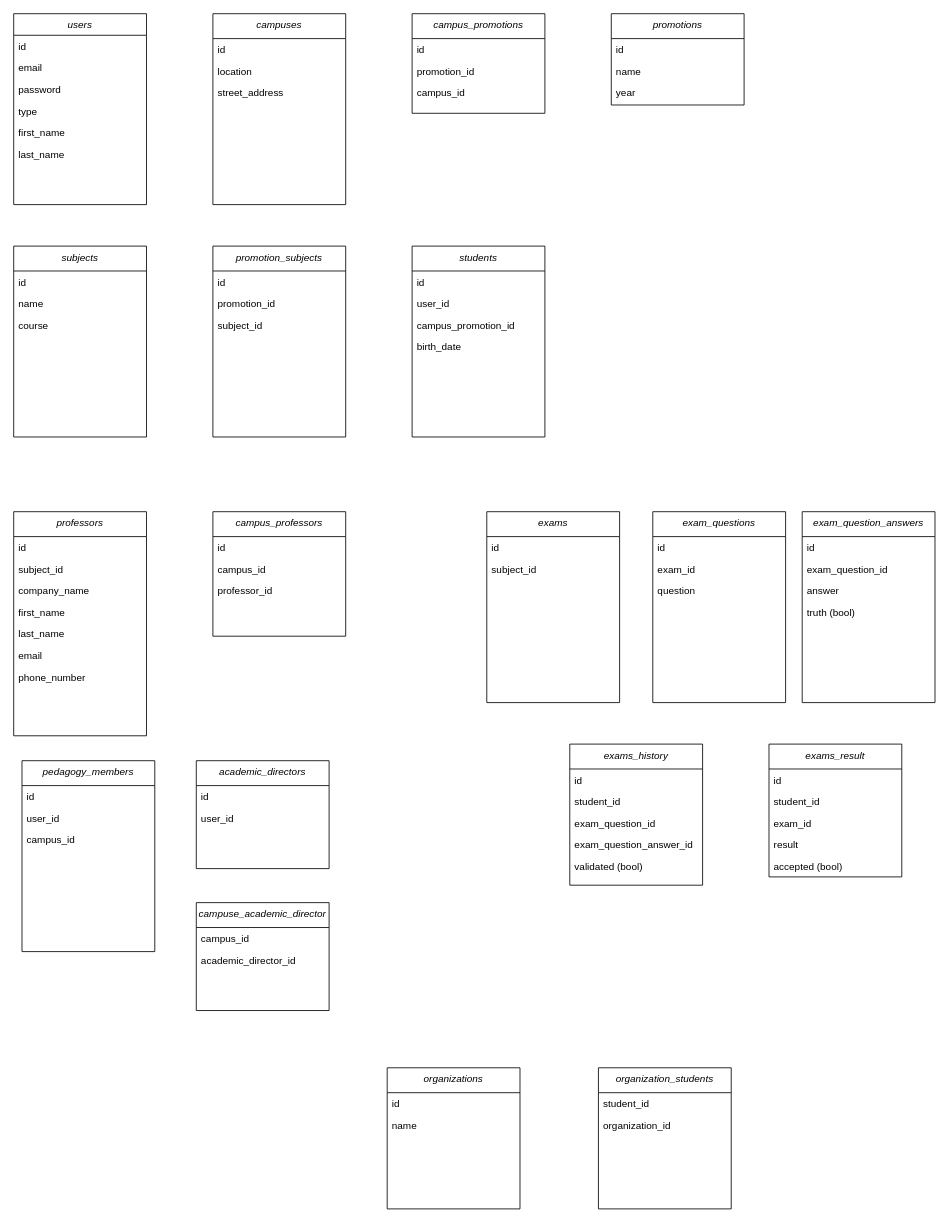
bnvd26/4PROJ keeps this draw.io diagram as page "Page-1" (1 of 2) of mcd.drawio. Above is the earlier version. Source tidied: cells renumbered, new cells numbered last; positions are measured from the earlier drawing's top-left corner, leaving out a move shared by most shapes. Both pictures are drawn from the tidied source at 83%, with x=0, y=0 at pixel (13, 13).
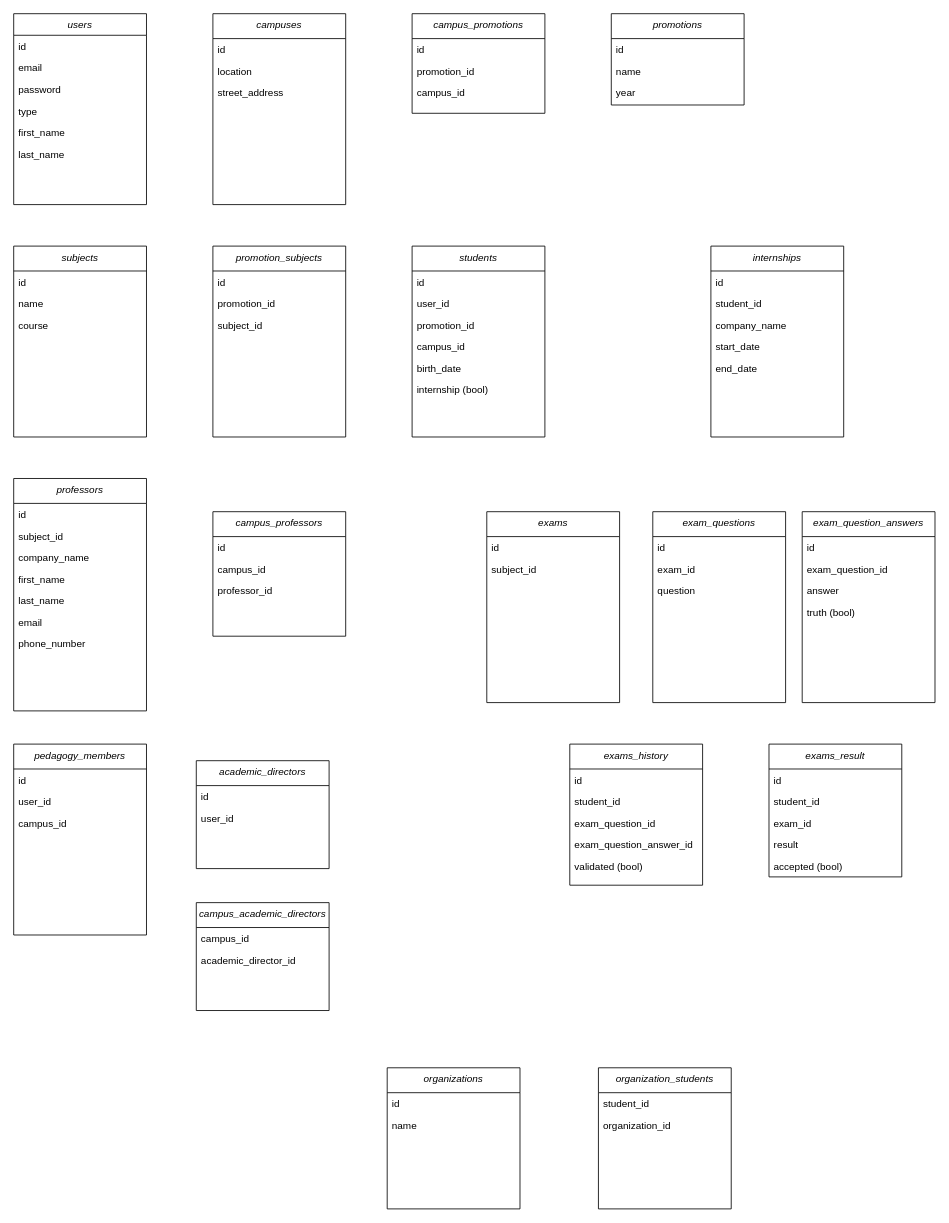
Above is the later version.

Unchanged cells that the change refers to:
```xml
<mxCell id="9" value="students" style="swimlane;fontStyle=2;align=center;verticalAlign=top;horizontal=1;startSize=30;rounded=0;shadow=0;strokeWidth=1;" parent="1" vertex="1">
  <mxGeometry x="480" y="280" width="160" height="230" as="geometry" />
</mxCell>
```

Change to the diagram source:
```diff
@@
-    <mxCell id="12" value="campus_promotion_id" style="text;align=left;verticalAlign=top;spacingLeft=4;spacingRight=4;overflow=hidden;rounded=0;shadow=0;html=0;" parent="9" vertex="1">
-      <mxGeometry y="82" width="160" height="26" as="geometry" />
-    </mxCell>
+    <mxCell id="86" value="promotion_id" style="text;align=left;verticalAlign=top;spacingLeft=4;spacingRight=4;overflow=hidden;rounded=0;shadow=0;html=0;" parent="9" vertex="1">
+      <mxGeometry y="82" width="160" height="26" as="geometry" />
+    </mxCell>
-    <mxCell id="13" value="birth_date" style="text;align=left;verticalAlign=top;spacingLeft=4;spacingRight=4;overflow=hidden;rounded=0;shadow=0;html=0;" parent="9" vertex="1">
+    <mxCell id="13" value="campus_id" style="text;align=left;verticalAlign=top;spacingLeft=4;spacingRight=4;overflow=hidden;rounded=0;shadow=0;html=0;" parent="9" vertex="1">
       <mxGeometry y="108" width="160" height="26" as="geometry" />
     </mxCell>
+    <mxCell id="87" value="birth_date" style="text;align=left;verticalAlign=top;spacingLeft=4;spacingRight=4;overflow=hidden;rounded=0;shadow=0;html=0;" parent="9" vertex="1">
+      <mxGeometry y="134" width="160" height="26" as="geometry" />
+    </mxCell>
+    <mxCell id="88" value="internship (bool)" style="text;align=left;verticalAlign=top;spacingLeft=4;spacingRight=4;overflow=hidden;rounded=0;shadow=0;html=0;" parent="9" vertex="1">
+      <mxGeometry y="160" width="160" height="26" as="geometry" />
+    </mxCell>
@@
     <mxCell id="22" value="professors" style="swimlane;fontStyle=2;align=center;verticalAlign=top;horizontal=1;startSize=30;rounded=0;shadow=0;strokeWidth=1;" parent="1" vertex="1">
-      <mxGeometry y="600" width="160" height="270" as="geometry" />
+      <mxGeometry y="560" width="160" height="280" as="geometry" />
     </mxCell>
@@
     <mxCell id="54" value="pedagogy_members" style="swimlane;fontStyle=2;align=center;verticalAlign=top;horizontal=1;startSize=30;rounded=0;shadow=0;strokeWidth=1;" parent="1" vertex="1">
-      <mxGeometry x="10" y="900" width="160" height="230" as="geometry" />
+      <mxGeometry y="880" width="160" height="230" as="geometry" />
     </mxCell>
@@
-    <mxCell id="69" value="campuse_academic_director" style="swimlane;fontStyle=2;align=center;verticalAlign=top;horizontal=1;startSize=30;rounded=0;shadow=0;strokeWidth=1;" parent="1" vertex="1">
+    <mxCell id="69" value="campus_academic_directors" style="swimlane;fontStyle=2;align=center;verticalAlign=top;horizontal=1;startSize=30;rounded=0;shadow=0;strokeWidth=1;" parent="1" vertex="1">
       <mxGeometry x="220" y="1071" width="160" height="130" as="geometry" />
     </mxCell>
@@
+    <mxCell id="89" value="internships" style="swimlane;fontStyle=2;align=center;verticalAlign=top;horizontal=1;startSize=30;rounded=0;shadow=0;strokeWidth=1;" parent="1" vertex="1">
+      <mxGeometry x="840" y="280" width="160" height="230" as="geometry" />
+    </mxCell>
+    <mxCell id="90" value="id" style="text;align=left;verticalAlign=top;spacingLeft=4;spacingRight=4;overflow=hidden;" parent="89" vertex="1">
+      <mxGeometry y="30" width="160" height="26" as="geometry" />
+    </mxCell>
+    <mxCell id="91" value="student_id" style="text;align=left;verticalAlign=top;spacingLeft=4;spacingRight=4;overflow=hidden;rounded=0;shadow=0;html=0;" parent="89" vertex="1">
+      <mxGeometry y="56" width="160" height="26" as="geometry" />
+    </mxCell>
+    <mxCell id="92" value="company_name" style="text;align=left;verticalAlign=top;spacingLeft=4;spacingRight=4;overflow=hidden;rounded=0;shadow=0;html=0;" parent="89" vertex="1">
+      <mxGeometry y="82" width="160" height="26" as="geometry" />
+    </mxCell>
+    <mxCell id="93" value="start_date" style="text;align=left;verticalAlign=top;spacingLeft=4;spacingRight=4;overflow=hidden;rounded=0;shadow=0;html=0;" parent="89" vertex="1">
+      <mxGeometry y="108" width="160" height="26" as="geometry" />
+    </mxCell>
+    <mxCell id="94" value="end_date" style="text;align=left;verticalAlign=top;spacingLeft=4;spacingRight=4;overflow=hidden;rounded=0;shadow=0;html=0;" parent="89" vertex="1">
+      <mxGeometry y="134" width="160" height="26" as="geometry" />
+    </mxCell>
```
